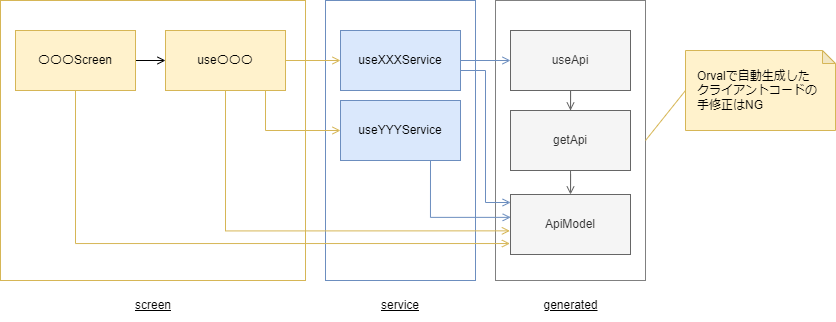
This is website/docs/react-native/santoku/application-architecture/http-api/application-structure.drawio.png from ws-4020/mobile-app-crib-notes, a draw.io export, as it was before one commit. Source tidied: cells renumbered, new cells last; positions are measured from the earlier drawing's top-left corner, leaving out a move shared by most shapes. Its diagram source:
```xml
<mxGraphModel>
  <root>
    <mxCell id="0" />
    <mxCell id="1" parent="0" />
    <mxCell id="2" style="whiteSpace=wrap;html=1;strokeColor=#6C8EBF;" parent="1" vertex="1">
      <mxGeometry x="325" width="150" height="280" as="geometry" />
    </mxCell>
    <mxCell id="3" style="whiteSpace=wrap;html=1;strokeColor=#D6B656;" parent="1" vertex="1">
      <mxGeometry width="305" height="280" as="geometry" />
    </mxCell>
    <mxCell id="4" style="whiteSpace=wrap;html=1;strokeColor=#808080;" parent="1" vertex="1">
      <mxGeometry x="495" width="150" height="280" as="geometry" />
    </mxCell>
    <mxCell id="5" value="&lt;u&gt;screen&lt;/u&gt;" style="text;html=1;strokeColor=none;fillColor=none;align=center;verticalAlign=middle;whiteSpace=wrap;rounded=0;" parent="1" vertex="1">
      <mxGeometry x="103.8" y="290" width="97.5" height="30" as="geometry" />
    </mxCell>
    <mxCell id="6" style="edgeStyle=orthogonalEdgeStyle;rounded=0;jettySize=auto;html=1;endArrow=open;endFill=0;" parent="1" edge="1" source="8" target="12">
      <mxGeometry relative="1" as="geometry" />
    </mxCell>
    <mxCell id="7" style="edgeStyle=orthogonalEdgeStyle;rounded=0;jettySize=auto;html=1;entryX=-0.005;entryY=0.812;entryDx=0;entryDy=0;endArrow=open;endFill=0;exitX=0.5;exitY=1;exitDx=0;exitDy=0;entryPerimeter=0;fillColor=#fff2cc;strokeColor=#d6b656;" parent="1" edge="1" source="8" target="17">
      <mxGeometry relative="1" as="geometry">
        <Array as="points">
          <mxPoint x="75" y="243" />
          <mxPoint x="509" y="243" />
        </Array>
      </mxGeometry>
    </mxCell>
    <mxCell id="8" value="〇〇〇Screen" style="rounded=0;whiteSpace=wrap;html=1;fillColor=#fff2cc;strokeColor=#D6B656;" parent="1" vertex="1">
      <mxGeometry x="15" y="30" width="120" height="60" as="geometry" />
    </mxCell>
    <mxCell id="9" style="edgeStyle=orthogonalEdgeStyle;rounded=0;jettySize=auto;html=1;endArrow=open;endFill=0;entryX=0;entryY=0.5;entryDx=0;entryDy=0;fillColor=#fff2cc;strokeColor=#d6b656;" parent="1" edge="1" source="12" target="23">
      <mxGeometry relative="1" as="geometry" />
    </mxCell>
    <mxCell id="10" style="edgeStyle=orthogonalEdgeStyle;rounded=0;jettySize=auto;html=1;entryX=0;entryY=0.5;entryDx=0;entryDy=0;endArrow=open;endFill=0;fillColor=#fff2cc;strokeColor=#d6b656;" parent="1" edge="1" source="12" target="26">
      <mxGeometry relative="1" as="geometry">
        <Array as="points">
          <mxPoint x="265" y="130" />
        </Array>
      </mxGeometry>
    </mxCell>
    <mxCell id="11" style="edgeStyle=orthogonalEdgeStyle;rounded=0;jettySize=auto;html=1;entryX=-0.005;entryY=0.606;entryDx=0;entryDy=0;endArrow=open;endFill=0;exitX=0.5;exitY=1;exitDx=0;exitDy=0;fillColor=#fff2cc;strokeColor=#d6b656;entryPerimeter=0;" parent="1" edge="1" source="12" target="17">
      <mxGeometry relative="1" as="geometry" />
    </mxCell>
    <mxCell id="12" value="use〇〇〇" style="rounded=0;whiteSpace=wrap;html=1;fillColor=#fff2cc;strokeColor=#d6b656;" parent="1" vertex="1">
      <mxGeometry x="165" y="30" width="120" height="60" as="geometry" />
    </mxCell>
    <mxCell id="13" style="edgeStyle=orthogonalEdgeStyle;rounded=0;jettySize=auto;html=1;entryX=0.5;entryY=0;entryDx=0;entryDy=0;endArrow=open;endFill=0;fillColor=#f5f5f5;strokeColor=#666666;" parent="1" edge="1" source="14" target="16">
      <mxGeometry relative="1" as="geometry" />
    </mxCell>
    <mxCell id="14" value="useApi" style="rounded=0;whiteSpace=wrap;html=1;fillColor=#f5f5f5;fontColor=#333333;strokeColor=#666666;" parent="1" vertex="1">
      <mxGeometry x="510" y="30" width="120" height="60" as="geometry" />
    </mxCell>
    <mxCell id="15" style="edgeStyle=orthogonalEdgeStyle;rounded=0;jettySize=auto;html=1;entryX=0.5;entryY=0;entryDx=0;entryDy=0;endArrow=open;endFill=0;fillColor=#f5f5f5;strokeColor=#666666;" parent="1" edge="1" source="16" target="17">
      <mxGeometry relative="1" as="geometry" />
    </mxCell>
    <mxCell id="16" value="getApi" style="rounded=0;whiteSpace=wrap;html=1;fillColor=#f5f5f5;fontColor=#333333;strokeColor=#666666;" parent="1" vertex="1">
      <mxGeometry x="510" y="110" width="120" height="60" as="geometry" />
    </mxCell>
    <mxCell id="17" value="ApiModel" style="rounded=0;whiteSpace=wrap;html=1;fillColor=#f5f5f5;fontColor=#333333;strokeColor=#666666;" parent="1" vertex="1">
      <mxGeometry x="510" y="194" width="120" height="60" as="geometry" />
    </mxCell>
    <mxCell id="18" style="rounded=0;jettySize=auto;html=1;entryX=1;entryY=0.5;entryDx=0;entryDy=0;endArrow=none;endFill=0;fillColor=#fff2cc;strokeColor=#d6b656;exitX=0;exitY=0.5;exitDx=0;exitDy=0;exitPerimeter=0;" parent="1" edge="1" source="19" target="4">
      <mxGeometry relative="1" as="geometry" />
    </mxCell>
    <mxCell id="19" value="Orvalで自動生成した&lt;br&gt;クライアントコードの&lt;br&gt;&lt;div style=&quot;&quot;&gt;&lt;span&gt;手修正はNG&lt;/span&gt;&lt;/div&gt;" style="shape=note;whiteSpace=wrap;html=1;backgroundOutline=1;darkOpacity=0.05;strokeColor=#d6b656;size=13;fillColor=#fff2cc;align=left;spacingLeft=10;" parent="1" vertex="1">
      <mxGeometry x="685" y="50" width="150" height="80" as="geometry" />
    </mxCell>
    <mxCell id="20" value="&lt;u&gt;generated&lt;/u&gt;" style="text;html=1;strokeColor=none;fillColor=none;align=center;verticalAlign=middle;whiteSpace=wrap;rounded=0;" parent="1" vertex="1">
      <mxGeometry x="511.6" y="290" width="116.9" height="30" as="geometry" />
    </mxCell>
    <mxCell id="21" style="edgeStyle=orthogonalEdgeStyle;rounded=0;jettySize=auto;html=1;entryX=0;entryY=0.5;entryDx=0;entryDy=0;endArrow=open;endFill=0;fillColor=#dae8fc;strokeColor=#6c8ebf;" parent="1" edge="1" source="23" target="14">
      <mxGeometry relative="1" as="geometry" />
    </mxCell>
    <mxCell id="22" style="edgeStyle=orthogonalEdgeStyle;rounded=0;jettySize=auto;html=1;entryX=0.001;entryY=0.128;entryDx=0;entryDy=0;endArrow=open;endFill=0;fillColor=#dae8fc;strokeColor=#6c8ebf;entryPerimeter=0;" parent="1" edge="1" source="23" target="17">
      <mxGeometry relative="1" as="geometry">
        <Array as="points">
          <mxPoint x="485" y="70" />
          <mxPoint x="485" y="202" />
          <mxPoint x="510" y="202" />
        </Array>
      </mxGeometry>
    </mxCell>
    <mxCell id="23" value="useXXXService" style="rounded=0;whiteSpace=wrap;html=1;fillColor=#dae8fc;strokeColor=#6c8ebf;" parent="1" vertex="1">
      <mxGeometry x="340" y="30" width="120" height="60" as="geometry" />
    </mxCell>
    <mxCell id="24" value="&lt;u&gt;service&lt;/u&gt;" style="text;html=1;strokeColor=none;fillColor=none;align=center;verticalAlign=middle;whiteSpace=wrap;rounded=0;" parent="1" vertex="1">
      <mxGeometry x="351.2" y="290" width="97.5" height="30" as="geometry" />
    </mxCell>
    <mxCell id="25" style="edgeStyle=orthogonalEdgeStyle;rounded=0;jettySize=auto;html=1;entryX=0.002;entryY=0.381;entryDx=0;entryDy=0;endArrow=open;endFill=0;exitX=0.75;exitY=1;exitDx=0;exitDy=0;fillColor=#dae8fc;strokeColor=#6c8ebf;entryPerimeter=0;" parent="1" edge="1" source="26" target="17">
      <mxGeometry relative="1" as="geometry" />
    </mxCell>
    <mxCell id="26" value="useYYYService" style="rounded=0;whiteSpace=wrap;html=1;fillColor=#dae8fc;strokeColor=#6c8ebf;" parent="1" vertex="1">
      <mxGeometry x="340" y="100" width="120" height="60" as="geometry" />
    </mxCell>
  </root>
</mxGraphModel>
```
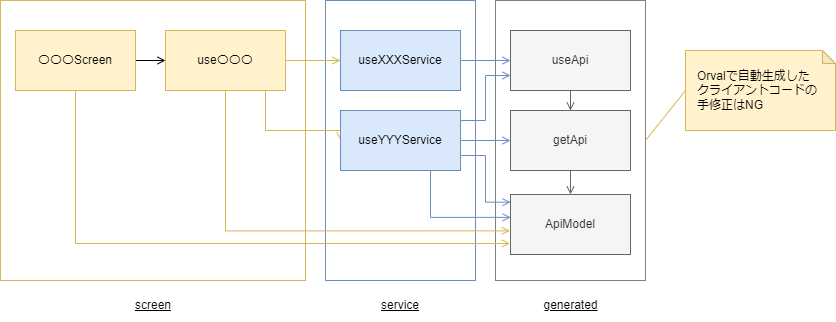
After the change.

Commit message:
エラーハンドリングまわりの追記とアプリケーション構造図の微修正

Diff of the diagram source:
```diff
@@ -71,12 +71,11 @@
     <mxCell id="21" style="edgeStyle=orthogonalEdgeStyle;rounded=0;jettySize=auto;html=1;entryX=0;entryY=0.5;entryDx=0;entryDy=0;endArrow=open;endFill=0;fillColor=#dae8fc;strokeColor=#6c8ebf;" parent="1" edge="1" source="23" target="14">
       <mxGeometry relative="1" as="geometry" />
     </mxCell>
-    <mxCell id="22" style="edgeStyle=orthogonalEdgeStyle;rounded=0;jettySize=auto;html=1;entryX=0.001;entryY=0.128;entryDx=0;entryDy=0;endArrow=open;endFill=0;fillColor=#dae8fc;strokeColor=#6c8ebf;entryPerimeter=0;" parent="1" edge="1" source="23" target="17">
+    <mxCell id="22" style="edgeStyle=orthogonalEdgeStyle;rounded=0;jettySize=auto;html=1;entryX=0.001;entryY=0.128;entryDx=0;entryDy=0;endArrow=open;endFill=0;fillColor=#dae8fc;strokeColor=#6c8ebf;entryPerimeter=0;exitX=1;exitY=0.75;exitDx=0;exitDy=0;" parent="1" edge="1" source="26" target="17">
       <mxGeometry relative="1" as="geometry">
         <Array as="points">
-          <mxPoint x="485" y="70" />
+          <mxPoint x="485" y="155" />
           <mxPoint x="485" y="202" />
-          <mxPoint x="510" y="202" />
         </Array>
       </mxGeometry>
     </mxCell>
@@ -89,8 +88,19 @@
     <mxCell id="25" style="edgeStyle=orthogonalEdgeStyle;rounded=0;jettySize=auto;html=1;entryX=0.002;entryY=0.381;entryDx=0;entryDy=0;endArrow=open;endFill=0;exitX=0.75;exitY=1;exitDx=0;exitDy=0;fillColor=#dae8fc;strokeColor=#6c8ebf;entryPerimeter=0;" parent="1" edge="1" source="26" target="17">
       <mxGeometry relative="1" as="geometry" />
     </mxCell>
+    <mxCell id="27" style="edgeStyle=orthogonalEdgeStyle;rounded=0;jettySize=auto;html=1;endArrow=open;endFill=0;fillColor=#dae8fc;strokeColor=#6c8ebf;" parent="1" edge="1" source="26" target="16">
+      <mxGeometry relative="1" as="geometry" />
+    </mxCell>
+    <mxCell id="28" style="edgeStyle=orthogonalEdgeStyle;rounded=0;jettySize=auto;html=1;entryX=0;entryY=0.75;entryDx=0;entryDy=0;endArrow=open;endFill=0;fillColor=#dae8fc;strokeColor=#6c8ebf;" parent="1" edge="1" source="26" target="14">
+      <mxGeometry relative="1" as="geometry">
+        <Array as="points">
+          <mxPoint x="485" y="120" />
+          <mxPoint x="485" y="75" />
+        </Array>
+      </mxGeometry>
+    </mxCell>
     <mxCell id="26" value="useYYYService" style="rounded=0;whiteSpace=wrap;html=1;fillColor=#dae8fc;strokeColor=#6c8ebf;" parent="1" vertex="1">
-      <mxGeometry x="340" y="100" width="120" height="60" as="geometry" />
+      <mxGeometry x="340" y="110" width="120" height="60" as="geometry" />
     </mxCell>
   </root>
 </mxGraphModel>
```
